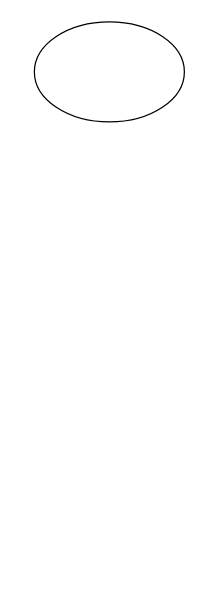
Earlier version of the draw.io diagram Loja_de_doce.drawio (ramon-negreiros/fluxogramas). Source tidied: cells renumbered, new cells numbered last; positions are measured from the earlier drawing's top-left corner, leaving out a move shared by most shapes. Both pictures are drawn from the tidied source at 125%, with x=0, y=0 at pixel (34, 21).
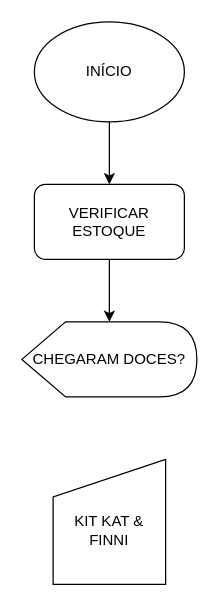
Above is the later version.

Change to the diagram source:
```diff
@@
 <mxGraphModel>
   <root>
     <mxCell id="0" />
     <mxCell id="1" parent="0" />
+    <mxCell id="3" style="edgeStyle=orthogonalEdgeStyle;rounded=0;jettySize=auto;html=1;" parent="1" edge="1" source="2" target="7">
+      <mxGeometry relative="1" as="geometry" />
+    </mxCell>
-    <mxCell id="2" style="ellipse;whiteSpace=wrap;html=1;" parent="1" vertex="1">
+    <mxCell id="2" value="INÍCIO" style="ellipse;whiteSpace=wrap;html=1;" parent="1" vertex="1">
       <mxGeometry width="120" height="80" as="geometry" />
     </mxCell>
+    <mxCell id="4" value="CHEGARAM DOCES?" style="shape=display;whiteSpace=wrap;html=1;" parent="1" vertex="1">
+      <mxGeometry x="-10" y="240" width="140" height="60" as="geometry" />
+    </mxCell>
+    <mxCell id="5" value="&lt;div&gt;&lt;br&gt;&lt;/div&gt;KIT KAT &amp;amp; FINNI" style="shape=manualInput;whiteSpace=wrap;html=1;" parent="1" vertex="1">
+      <mxGeometry x="15" y="350" width="90" height="100" as="geometry" />
+    </mxCell>
+    <mxCell id="6" style="edgeStyle=orthogonalEdgeStyle;rounded=0;jettySize=auto;html=1;" parent="1" edge="1" source="7" target="4">
+      <mxGeometry relative="1" as="geometry" />
+    </mxCell>
+    <mxCell id="7" value="VERIFICAR ESTOQUE" style="rounded=1;whiteSpace=wrap;html=1;" parent="1" vertex="1">
+      <mxGeometry y="130" width="120" height="60" as="geometry" />
+    </mxCell>
   </root>
 </mxGraphModel>
```
